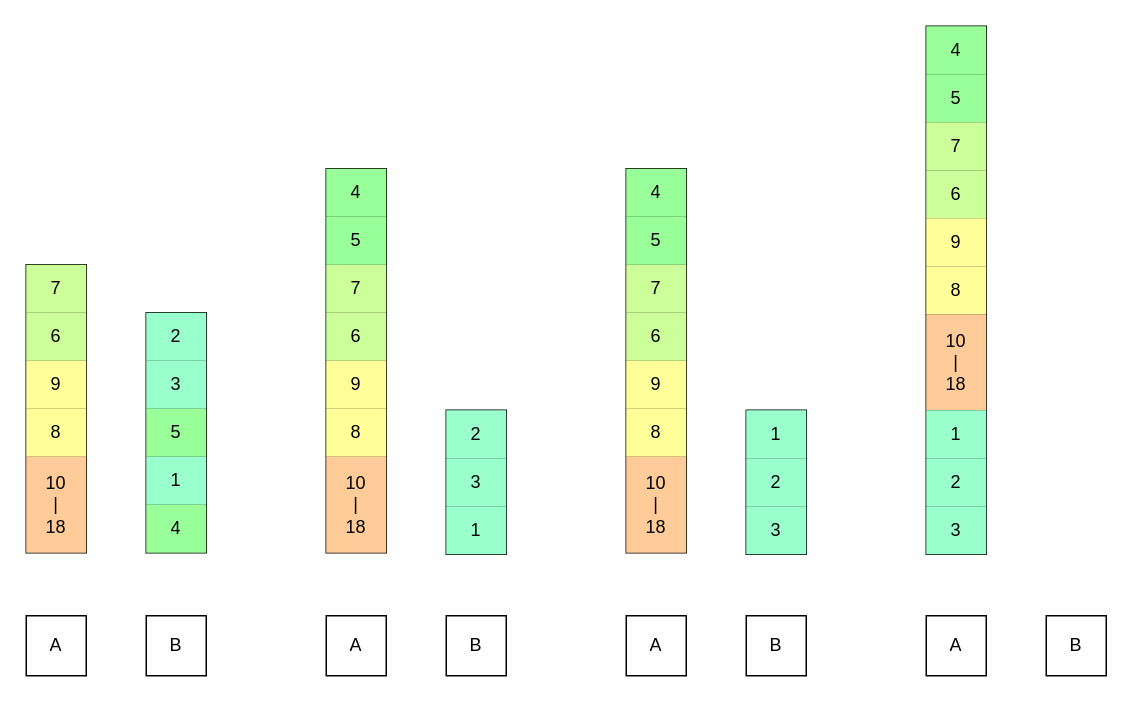
welove-t/42Tokyo-push_swap keeps this draw.io diagram as page "123確定" (3 of 9) of images/qsort/qsort.dio. Above is the earlier version. Source tidied: cells renumbered, new cells numbered last; positions are measured from the earlier drawing's top-left corner, leaving out a move shared by most shapes. Both pictures are drawn from the tidied source at 150%, with x=0, y=0 at pixel (26, 26).
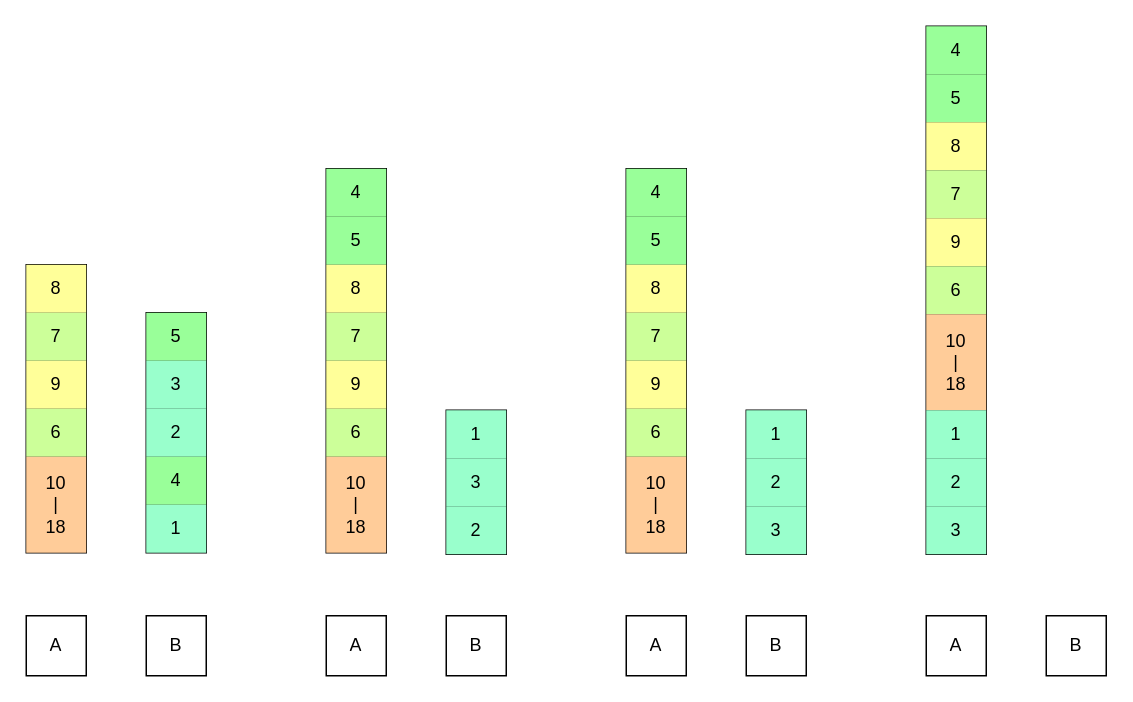
After the change.

Unchanged cells that the change refers to:
```xml
<mxCell id="15" style="shape=tableRow;horizontal=0;startSize=0;swimlaneHead=0;swimlaneBody=0;top=0;left=0;bottom=0;right=0;fillColor=none;" parent="14" vertex="1">
  <mxGeometry width="40" height="32" as="geometry" />
</mxCell>
<mxCell id="17" style="shape=tableRow;horizontal=0;startSize=0;swimlaneHead=0;swimlaneBody=0;top=0;left=0;bottom=0;right=0;fillColor=none;" parent="14" vertex="1">
  <mxGeometry y="32" width="40" height="32" as="geometry" />
</mxCell>
<mxCell id="21" style="shape=tableRow;horizontal=0;startSize=0;swimlaneHead=0;swimlaneBody=0;top=0;left=0;bottom=0;right=0;fillColor=none;" parent="14" vertex="1">
  <mxGeometry y="96" width="40" height="32" as="geometry" />
</mxCell>
<mxCell id="26" style="shape=tableRow;horizontal=0;startSize=0;swimlaneHead=0;swimlaneBody=0;top=0;left=0;bottom=0;right=0;fillColor=none;" parent="25" vertex="1">
  <mxGeometry width="40" height="32" as="geometry" />
</mxCell>
<mxCell id="30" style="shape=tableRow;horizontal=0;startSize=0;swimlaneHead=0;swimlaneBody=0;top=0;left=0;bottom=0;right=0;fillColor=none;" parent="25" vertex="1">
  <mxGeometry y="64" width="40" height="32" as="geometry" />
</mxCell>
<mxCell id="32" style="shape=tableRow;horizontal=0;startSize=0;swimlaneHead=0;swimlaneBody=0;top=0;left=0;bottom=0;right=0;fillColor=none;" parent="25" vertex="1">
  <mxGeometry y="96" width="40" height="32" as="geometry" />
</mxCell>
<mxCell id="34" style="shape=tableRow;horizontal=0;startSize=0;swimlaneHead=0;swimlaneBody=0;top=0;left=0;bottom=0;right=0;fillColor=none;" parent="25" vertex="1">
  <mxGeometry y="128" width="40" height="32" as="geometry" />
</mxCell>
<mxCell id="41" style="shape=tableRow;horizontal=0;startSize=0;swimlaneHead=0;swimlaneBody=0;top=0;left=0;bottom=0;right=0;fillColor=none;" parent="36" vertex="1">
  <mxGeometry y="64" width="40" height="32" as="geometry" />
</mxCell>
<mxCell id="43" style="shape=tableRow;horizontal=0;startSize=0;swimlaneHead=0;swimlaneBody=0;top=0;left=0;bottom=0;right=0;fillColor=none;" parent="36" vertex="1">
  <mxGeometry y="96" width="40" height="32" as="geometry" />
</mxCell>
<mxCell id="47" style="shape=tableRow;horizontal=0;startSize=0;swimlaneHead=0;swimlaneBody=0;top=0;left=0;bottom=0;right=0;fillColor=none;" parent="36" vertex="1">
  <mxGeometry y="160" width="40" height="32" as="geometry" />
</mxCell>
<mxCell id="52" style="shape=tableRow;horizontal=0;startSize=0;swimlaneHead=0;swimlaneBody=0;top=0;left=0;bottom=0;right=0;fillColor=none;" parent="51" vertex="1">
  <mxGeometry width="40" height="32" as="geometry" />
</mxCell>
<mxCell id="56" style="shape=tableRow;horizontal=0;startSize=0;swimlaneHead=0;swimlaneBody=0;top=0;left=0;bottom=0;right=0;fillColor=none;" parent="51" vertex="1">
  <mxGeometry y="64" width="40" height="32" as="geometry" />
</mxCell>
<mxCell id="69" style="shape=tableRow;horizontal=0;startSize=0;swimlaneHead=0;swimlaneBody=0;top=0;left=0;bottom=0;right=0;fillColor=none;" parent="64" vertex="1">
  <mxGeometry y="64" width="40" height="32" as="geometry" />
</mxCell>
<mxCell id="71" style="shape=tableRow;horizontal=0;startSize=0;swimlaneHead=0;swimlaneBody=0;top=0;left=0;bottom=0;right=0;fillColor=none;" parent="64" vertex="1">
  <mxGeometry y="96" width="40" height="32" as="geometry" />
</mxCell>
<mxCell id="75" style="shape=tableRow;horizontal=0;startSize=0;swimlaneHead=0;swimlaneBody=0;top=0;left=0;bottom=0;right=0;fillColor=none;" parent="64" vertex="1">
  <mxGeometry y="160" width="40" height="32" as="geometry" />
</mxCell>
<mxCell id="97" style="shape=tableRow;horizontal=0;startSize=0;swimlaneHead=0;swimlaneBody=0;top=0;left=0;bottom=0;right=0;fillColor=none;" parent="92" vertex="1">
  <mxGeometry y="64" width="40" height="32" as="geometry" />
</mxCell>
<mxCell id="99" style="shape=tableRow;horizontal=0;startSize=0;swimlaneHead=0;swimlaneBody=0;top=0;left=0;bottom=0;right=0;fillColor=none;" parent="92" vertex="1">
  <mxGeometry y="96" width="40" height="32" as="geometry" />
</mxCell>
<mxCell id="103" style="shape=tableRow;horizontal=0;startSize=0;swimlaneHead=0;swimlaneBody=0;top=0;left=0;bottom=0;right=0;fillColor=none;" parent="92" vertex="1">
  <mxGeometry y="160" width="40" height="32" as="geometry" />
</mxCell>
```

Change to the diagram source:
```diff
@@
-    <mxCell id="16" value="7" style="shape=partialRectangle;html=1;whiteSpace=wrap;overflow=hidden;fillColor=#CCFF99;top=0;left=0;bottom=0;right=0;" parent="15" vertex="1">
+    <mxCell id="16" value="8" style="shape=partialRectangle;html=1;whiteSpace=wrap;overflow=hidden;fillColor=#FFFF99;top=0;left=0;bottom=0;right=0;" parent="15" vertex="1">
       <mxGeometry width="40" height="32" as="geometry" />
     </mxCell>
@@
-    <mxCell id="18" value="6" style="shape=partialRectangle;html=1;whiteSpace=wrap;overflow=hidden;fillColor=#CCFF99;top=0;left=0;bottom=0;right=0;" parent="17" vertex="1">
+    <mxCell id="18" value="7" style="shape=partialRectangle;html=1;whiteSpace=wrap;overflow=hidden;fillColor=#CCFF99;top=0;left=0;bottom=0;right=0;" parent="17" vertex="1">
       <mxGeometry width="40" height="32" as="geometry" />
     </mxCell>
@@
-    <mxCell id="22" value="8" style="shape=partialRectangle;html=1;whiteSpace=wrap;overflow=hidden;fillColor=#FFFF99;top=0;left=0;bottom=0;right=0;" parent="21" vertex="1">
+    <mxCell id="22" value="6" style="shape=partialRectangle;html=1;whiteSpace=wrap;overflow=hidden;fillColor=#CCFF99;top=0;left=0;bottom=0;right=0;" parent="21" vertex="1">
       <mxGeometry width="40" height="32" as="geometry" />
     </mxCell>
@@
-    <mxCell id="27" value="2" style="shape=partialRectangle;html=1;whiteSpace=wrap;overflow=hidden;fillColor=#99FFCC;top=0;left=0;bottom=0;right=0;" parent="26" vertex="1">
+    <mxCell id="27" value="5" style="shape=partialRectangle;html=1;whiteSpace=wrap;overflow=hidden;fillColor=#99FF99;top=0;left=0;bottom=0;right=0;" parent="26" vertex="1">
       <mxGeometry width="40" height="32" as="geometry" />
     </mxCell>
@@
-    <mxCell id="31" value="5" style="shape=partialRectangle;html=1;whiteSpace=wrap;overflow=hidden;fillColor=#99FF99;top=0;left=0;bottom=0;right=0;" parent="30" vertex="1">
+    <mxCell id="31" value="2" style="shape=partialRectangle;html=1;whiteSpace=wrap;overflow=hidden;fillColor=#99FFCC;top=0;left=0;bottom=0;right=0;" parent="30" vertex="1">
       <mxGeometry width="40" height="32" as="geometry" />
     </mxCell>
@@
-    <mxCell id="33" value="1" style="shape=partialRectangle;html=1;whiteSpace=wrap;overflow=hidden;fillColor=#99FFCC;top=0;left=0;bottom=0;right=0;" parent="32" vertex="1">
+    <mxCell id="33" value="4" style="shape=partialRectangle;html=1;whiteSpace=wrap;overflow=hidden;fillColor=#99FF99;top=0;left=0;bottom=0;right=0;" parent="32" vertex="1">
       <mxGeometry width="40" height="32" as="geometry" />
     </mxCell>
@@
-    <mxCell id="35" value="4" style="shape=partialRectangle;html=1;whiteSpace=wrap;overflow=hidden;fillColor=#99FF99;top=0;left=0;bottom=0;right=0;" parent="34" vertex="1">
+    <mxCell id="35" value="1" style="shape=partialRectangle;html=1;whiteSpace=wrap;overflow=hidden;fillColor=#99FFCC;top=0;left=0;bottom=0;right=0;" parent="34" vertex="1">
       <mxGeometry width="40" height="32" as="geometry" />
     </mxCell>
@@
-    <mxCell id="42" value="7" style="shape=partialRectangle;html=1;whiteSpace=wrap;overflow=hidden;fillColor=#CCFF99;top=0;left=0;bottom=0;right=0;" parent="41" vertex="1">
+    <mxCell id="42" value="8" style="shape=partialRectangle;html=1;whiteSpace=wrap;overflow=hidden;fillColor=#FFFF99;top=0;left=0;bottom=0;right=0;" parent="41" vertex="1">
       <mxGeometry width="40" height="32" as="geometry" />
     </mxCell>
@@
-    <mxCell id="44" value="6" style="shape=partialRectangle;html=1;whiteSpace=wrap;overflow=hidden;fillColor=#CCFF99;top=0;left=0;bottom=0;right=0;" parent="43" vertex="1">
+    <mxCell id="44" value="7" style="shape=partialRectangle;html=1;whiteSpace=wrap;overflow=hidden;fillColor=#CCFF99;top=0;left=0;bottom=0;right=0;" parent="43" vertex="1">
       <mxGeometry width="40" height="32" as="geometry" />
     </mxCell>
@@
-    <mxCell id="48" value="8" style="shape=partialRectangle;html=1;whiteSpace=wrap;overflow=hidden;fillColor=#FFFF99;top=0;left=0;bottom=0;right=0;" parent="47" vertex="1">
+    <mxCell id="48" value="6" style="shape=partialRectangle;html=1;whiteSpace=wrap;overflow=hidden;fillColor=#CCFF99;top=0;left=0;bottom=0;right=0;" parent="47" vertex="1">
       <mxGeometry width="40" height="32" as="geometry" />
     </mxCell>
@@
-    <mxCell id="53" value="2" style="shape=partialRectangle;html=1;whiteSpace=wrap;overflow=hidden;fillColor=#99FFCC;top=0;left=0;bottom=0;right=0;" parent="52" vertex="1">
+    <mxCell id="53" value="1" style="shape=partialRectangle;html=1;whiteSpace=wrap;overflow=hidden;fillColor=#99FFCC;top=0;left=0;bottom=0;right=0;" parent="52" vertex="1">
       <mxGeometry width="40" height="32" as="geometry" />
     </mxCell>
@@
-    <mxCell id="57" value="1" style="shape=partialRectangle;html=1;whiteSpace=wrap;overflow=hidden;fillColor=#99FFCC;top=0;left=0;bottom=0;right=0;" parent="56" vertex="1">
+    <mxCell id="57" value="2" style="shape=partialRectangle;html=1;whiteSpace=wrap;overflow=hidden;fillColor=#99FFCC;top=0;left=0;bottom=0;right=0;" parent="56" vertex="1">
       <mxGeometry width="40" height="32" as="geometry" />
     </mxCell>
@@
-    <mxCell id="70" value="7" style="shape=partialRectangle;html=1;whiteSpace=wrap;overflow=hidden;fillColor=#CCFF99;top=0;left=0;bottom=0;right=0;" parent="69" vertex="1">
+    <mxCell id="70" value="8" style="shape=partialRectangle;html=1;whiteSpace=wrap;overflow=hidden;fillColor=#FFFF99;top=0;left=0;bottom=0;right=0;" parent="69" vertex="1">
       <mxGeometry width="40" height="32" as="geometry" />
     </mxCell>
@@
-    <mxCell id="72" value="6" style="shape=partialRectangle;html=1;whiteSpace=wrap;overflow=hidden;fillColor=#CCFF99;top=0;left=0;bottom=0;right=0;" parent="71" vertex="1">
+    <mxCell id="72" value="7" style="shape=partialRectangle;html=1;whiteSpace=wrap;overflow=hidden;fillColor=#CCFF99;top=0;left=0;bottom=0;right=0;" parent="71" vertex="1">
       <mxGeometry width="40" height="32" as="geometry" />
     </mxCell>
@@
-    <mxCell id="76" value="8" style="shape=partialRectangle;html=1;whiteSpace=wrap;overflow=hidden;fillColor=#FFFF99;top=0;left=0;bottom=0;right=0;" parent="75" vertex="1">
+    <mxCell id="76" value="6" style="shape=partialRectangle;html=1;whiteSpace=wrap;overflow=hidden;fillColor=#CCFF99;top=0;left=0;bottom=0;right=0;" parent="75" vertex="1">
       <mxGeometry width="40" height="32" as="geometry" />
     </mxCell>
@@
-    <mxCell id="98" value="7" style="shape=partialRectangle;html=1;whiteSpace=wrap;overflow=hidden;fillColor=#CCFF99;top=0;left=0;bottom=0;right=0;" parent="97" vertex="1">
+    <mxCell id="98" value="8" style="shape=partialRectangle;html=1;whiteSpace=wrap;overflow=hidden;fillColor=#FFFF99;top=0;left=0;bottom=0;right=0;" parent="97" vertex="1">
       <mxGeometry width="40" height="32" as="geometry" />
     </mxCell>
@@
-    <mxCell id="100" value="6" style="shape=partialRectangle;html=1;whiteSpace=wrap;overflow=hidden;fillColor=#CCFF99;top=0;left=0;bottom=0;right=0;" parent="99" vertex="1">
+    <mxCell id="100" value="7" style="shape=partialRectangle;html=1;whiteSpace=wrap;overflow=hidden;fillColor=#CCFF99;top=0;left=0;bottom=0;right=0;" parent="99" vertex="1">
       <mxGeometry width="40" height="32" as="geometry" />
     </mxCell>
@@
-    <mxCell id="104" value="8" style="shape=partialRectangle;html=1;whiteSpace=wrap;overflow=hidden;fillColor=#FFFF99;top=0;left=0;bottom=0;right=0;" parent="103" vertex="1">
+    <mxCell id="104" value="6" style="shape=partialRectangle;html=1;whiteSpace=wrap;overflow=hidden;fillColor=#CCFF99;top=0;left=0;bottom=0;right=0;" parent="103" vertex="1">
       <mxGeometry width="40" height="32" as="geometry" />
     </mxCell>
```
